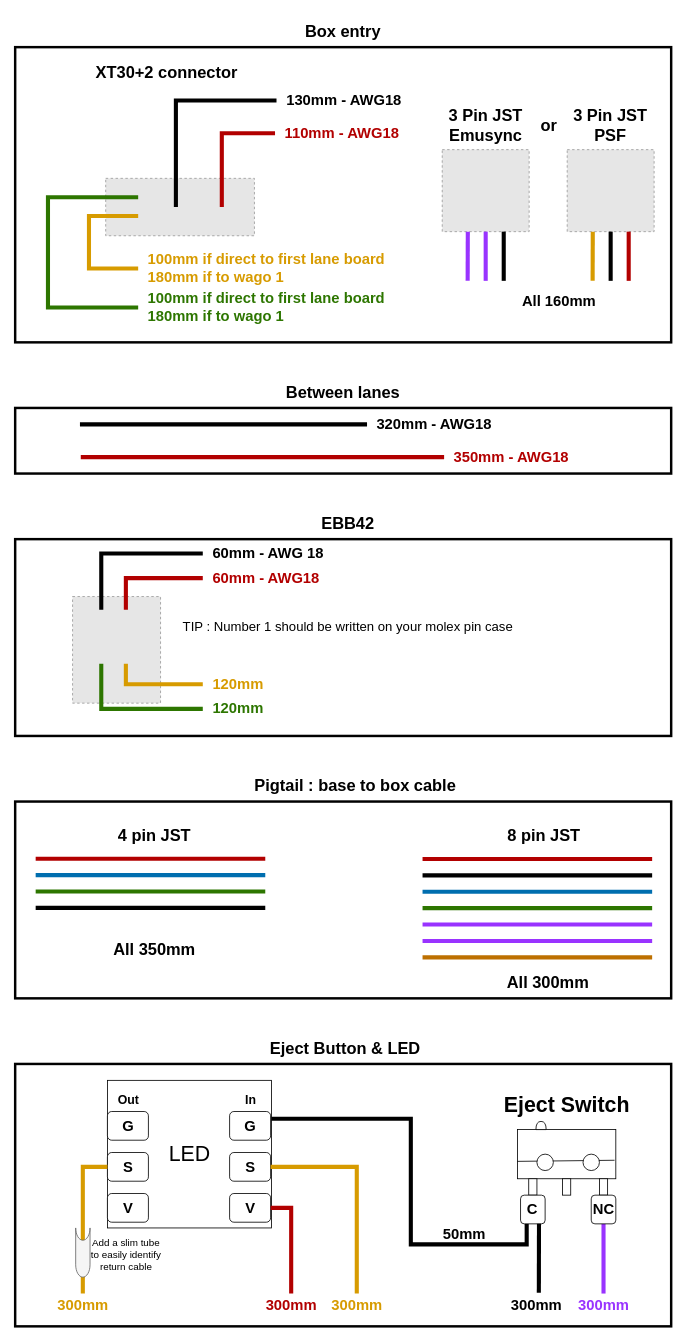
Before: docs/assets/wiring_diagrams/EMU Base wiring dimensions.drawio in Dragi2k/EMU, a draw.io diagram. Source tidied: cells renumbered, new cells numbered last; positions are measured from the earlier drawing's top-left corner, leaving out a move shared by most shapes. Both pictures are drawn from the tidied source at 82%, with x=0, y=0 at pixel (15, 14). Pictures stored in the file or linked from it are replaced by grey dashed boxes.
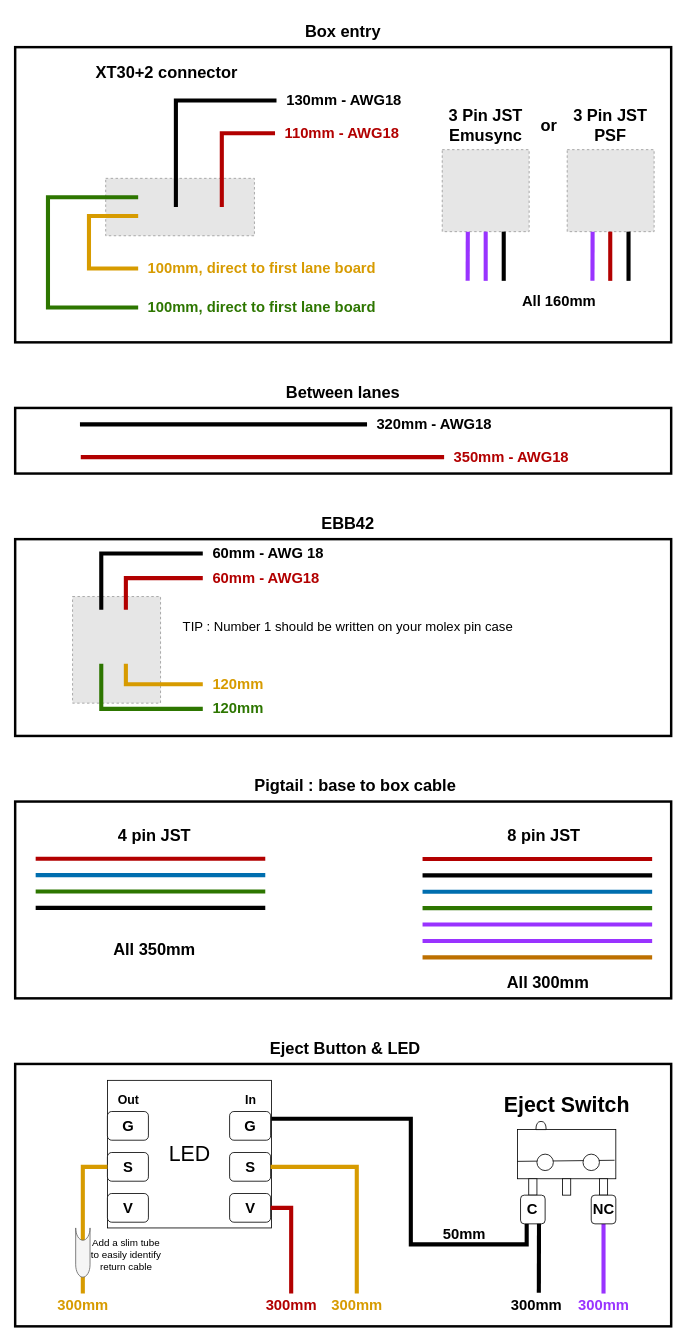
After the change.

Commit message (it also covers changes not shown here):
Updated readme with latest wiring configuration. Updated wiring diagrams

Unchanged cells that the change refers to:
```xml
<mxCell id="94" style="fillColor=#E6E6E6;strokeColor=#999999;dashed=1;" parent="1" vertex="1">
  <mxGeometry x="673.2" y="165" width="106" height="100" as="geometry" />
</mxCell>
```

What changed in the source:
```diff
@@
-    <mxCell id="13" value="100mm if direct to first lane board&lt;div&gt;180mm if to wago 1&lt;/div&gt;" style="text;html=1;whiteSpace=wrap;strokeColor=none;fillColor=none;align=left;verticalAlign=middle;rounded=0;fontColor=light-dark(#d79b00, #ededed);fontSize=18;fontStyle=1;spacingLeft=10;" parent="1" vertex="1">
+    <mxCell id="13" value="100mm, direct to first lane board" style="text;html=1;whiteSpace=wrap;strokeColor=none;fillColor=none;align=left;verticalAlign=middle;rounded=0;fontColor=light-dark(#d79b00, #ededed);fontSize=18;fontStyle=1;spacingLeft=10;" parent="1" vertex="1">
       <mxGeometry x="150" y="290" width="330" height="40" as="geometry" />
     </mxCell>
-    <mxCell id="14" value="&lt;div&gt;100mm if direct to first lane board&lt;/div&gt;&lt;div&gt;180mm if to wago 1&lt;/div&gt;" style="text;html=1;whiteSpace=wrap;strokeColor=none;fillColor=none;align=left;verticalAlign=middle;rounded=0;fontColor=light-dark(#2d7600, #ededed);fontSize=18;fontStyle=1;spacingLeft=10;spacingBottom=-1;" parent="1" vertex="1">
+    <mxCell id="14" value="&lt;div&gt;100mm, direct to first lane board&lt;/div&gt;" style="text;html=1;whiteSpace=wrap;strokeColor=none;fillColor=none;align=left;verticalAlign=middle;rounded=0;fontColor=light-dark(#2d7600, #ededed);fontSize=18;fontStyle=1;spacingLeft=10;spacingBottom=-1;" parent="1" vertex="1">
       <mxGeometry x="150" y="337.5" width="330" height="40" as="geometry" />
     </mxCell>
@@
     <mxCell id="95" style="rounded=0;orthogonalLoop=1;jettySize=auto;html=1;endArrow=none;endFill=0;strokeWidth=5;jumpStyle=gap;exitX=0.697;exitY=0.998;exitDx=0;exitDy=0;exitPerimeter=0;strokeColor=light-dark(#b20000, #ff7777);" parent="1" edge="1">
       <mxGeometry relative="1" as="geometry">
-        <mxPoint x="748.2" y="265" as="sourcePoint" />
-        <mxPoint x="748.2" y="325" as="targetPoint" />
+        <mxPoint x="725.7" y="265" as="sourcePoint" />
+        <mxPoint x="725.7" y="325" as="targetPoint" />
       </mxGeometry>
     </mxCell>
-    <mxCell id="96" style="rounded=0;orthogonalLoop=1;jettySize=auto;html=1;strokeColor=light-dark(#d79b00, #da83ff);strokeWidth=5;align=center;verticalAlign=middle;fontFamily=Helvetica;fontSize=11;fontColor=default;labelBackgroundColor=default;endArrow=none;endFill=0;fillColor=#1ba1e2;jumpStyle=gap;exitX=0.294;exitY=0.994;exitDx=0;exitDy=0;exitPerimeter=0;" parent="1" edge="1">
-      <mxGeometry relative="1" as="geometry">
-        <mxPoint x="704.4" y="265" as="sourcePoint" />
-        <mxPoint x="704.2" y="325" as="targetPoint" />
-      </mxGeometry>
-    </mxCell>
-    <mxCell id="97" style="rounded=0;jettySize=auto;html=1;strokeColor=#000000;strokeWidth=5;align=center;verticalAlign=middle;fontFamily=Helvetica;fontSize=11;fontColor=default;labelBackgroundColor=default;endArrow=none;endFill=0;fillColor=#1ba1e2;jumpStyle=gap;exitX=0.5;exitY=1;exitDx=0;exitDy=0;" parent="1" edge="1" source="94">
+    <mxCell id="97" style="rounded=0;orthogonalLoop=1;jettySize=auto;html=1;strokeColor=#000000;strokeWidth=5;align=center;verticalAlign=middle;fontFamily=Helvetica;fontSize=11;fontColor=default;labelBackgroundColor=default;endArrow=none;endFill=0;fillColor=#1ba1e2;jumpStyle=gap;exitX=0.5;exitY=1;exitDx=0;exitDy=0;" parent="1" edge="1">
       <mxGeometry relative="1" as="geometry">
-        <mxPoint x="726.2" y="325" as="targetPoint" />
+        <mxPoint x="748" y="265" as="sourcePoint" />
+        <mxPoint x="748" y="325" as="targetPoint" />
       </mxGeometry>
     </mxCell>
+    <mxCell id="98" style="rounded=0;orthogonalLoop=1;jettySize=auto;html=1;strokeColor=#9933FF;strokeWidth=5;align=center;verticalAlign=middle;fontFamily=Helvetica;fontSize=11;fontColor=default;labelBackgroundColor=default;endArrow=none;endFill=0;fillColor=#1ba1e2;jumpStyle=gap;exitX=0.5;exitY=1;exitDx=0;exitDy=0;" parent="1" edge="1">
+      <mxGeometry relative="1" as="geometry">
+        <mxPoint x="704.2" y="265" as="sourcePoint" />
+        <mxPoint x="704" y="325" as="targetPoint" />
+      </mxGeometry>
+    </mxCell>
```
